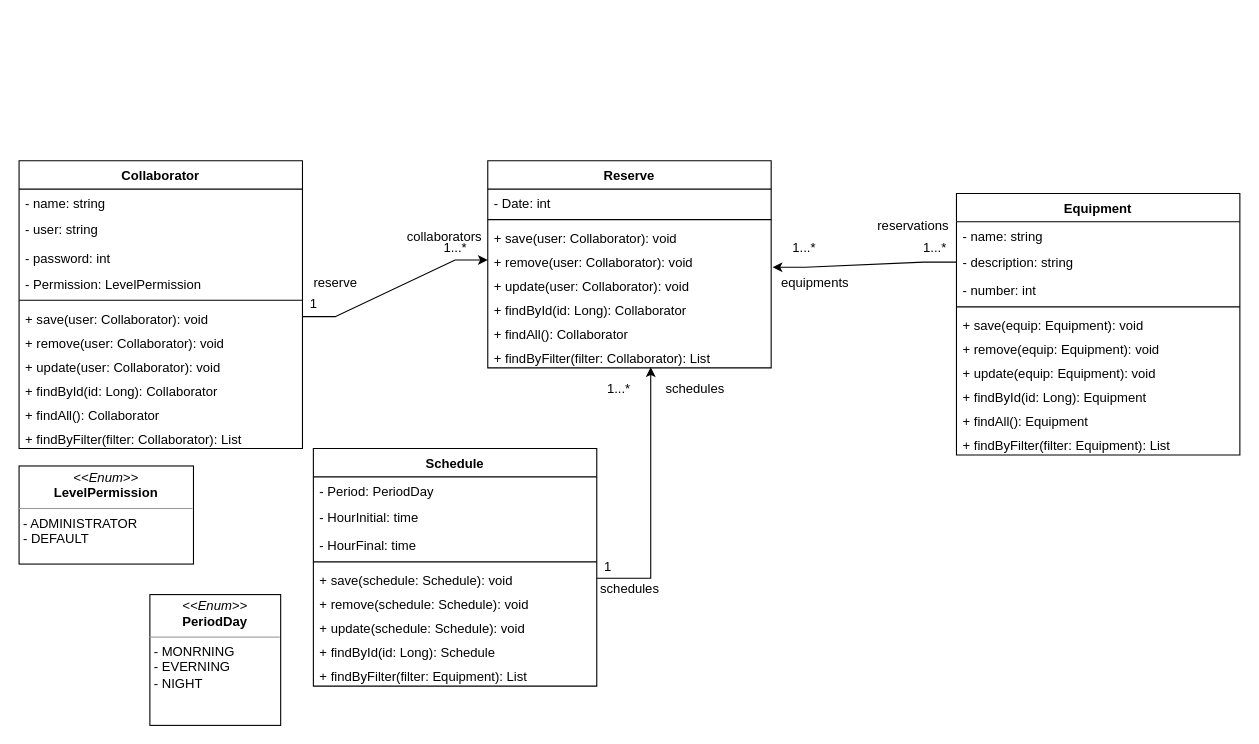
Above: Diagrams/Diagram.drawio in AllisonSBahls/mark-equips (draw.io), before the change. Source tidied: cells renumbered, new cells numbered last; positions are measured from the earlier drawing's top-left corner, leaving out a move shared by most shapes. Both pictures are drawn from the tidied source at 109%, with x=0, y=0 at pixel (19, 160).
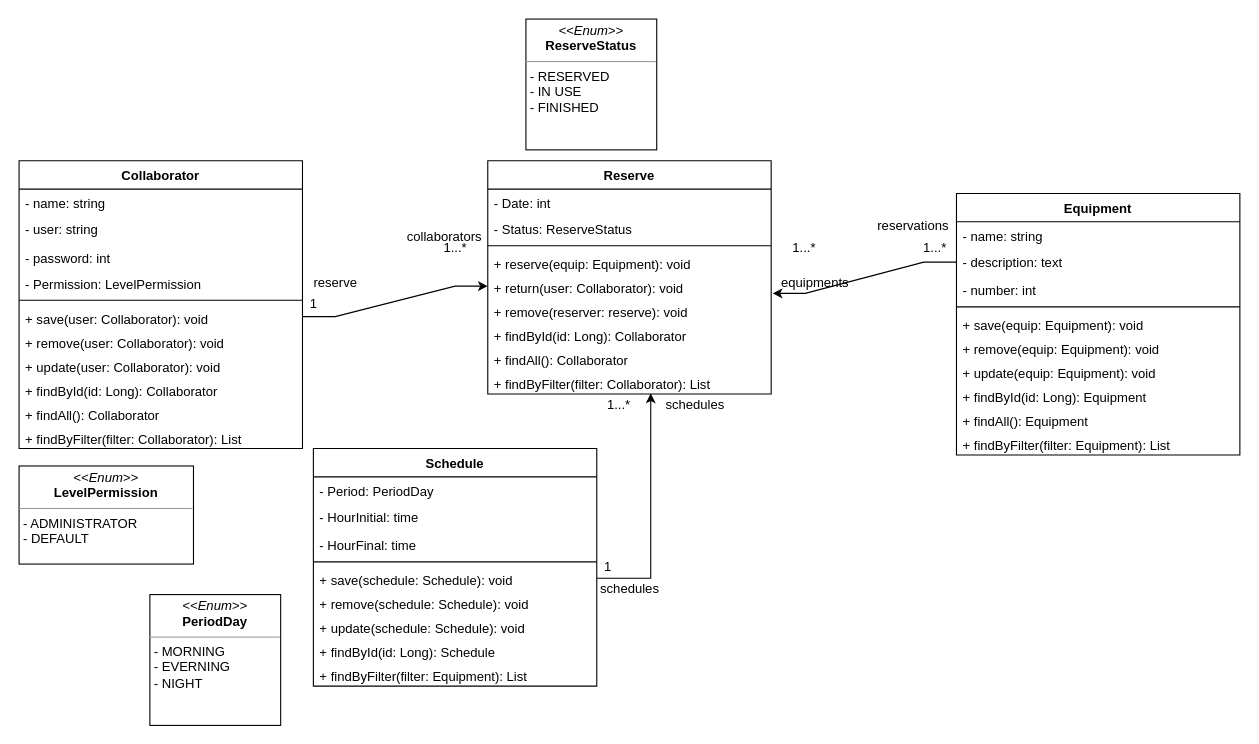
Above is the later version.

Unchanged cells that the change refers to:
```xml
<mxCell id="2" value="Equipment" style="swimlane;fontStyle=1;align=center;verticalAlign=top;horizontal=1;startSize=26;" parent="1" vertex="1">
  <mxGeometry x="860" y="30" width="260" height="240" as="geometry" />
</mxCell>
```

Diff of the diagram source:
```diff
@@
-    <mxCell id="4" value="- description: string" style="text;strokeColor=none;fillColor=none;align=left;verticalAlign=top;spacingLeft=4;spacingRight=4;overflow=hidden;points=[[0,0.5],[1,0.5]];portConstraint=eastwest;" parent="2" vertex="1">
+    <mxCell id="4" value="- description: text" style="text;strokeColor=none;fillColor=none;align=left;verticalAlign=top;spacingLeft=4;spacingRight=4;overflow=hidden;points=[[0,0.5],[1,0.5]];portConstraint=eastwest;" parent="2" vertex="1">
       <mxGeometry y="50" width="260" height="26" as="geometry" />
     </mxCell>
@@
     <mxCell id="35" value="Reserve" style="swimlane;fontStyle=1;align=center;verticalAlign=top;horizontal=1;startSize=26;" parent="1" vertex="1">
-      <mxGeometry x="430" width="260" height="190" as="geometry" />
+      <mxGeometry x="430" width="260" height="214" as="geometry" />
     </mxCell>
@@
+    <mxCell id="61" value="- Status: ReserveStatus" style="text;strokeColor=none;fillColor=none;align=left;verticalAlign=top;spacingLeft=4;spacingRight=4;overflow=hidden;" parent="35" vertex="1">
+      <mxGeometry y="50" width="260" height="24" as="geometry" />
+    </mxCell>
     <mxCell id="37" style="line;strokeWidth=1;fillColor=none;align=left;verticalAlign=middle;spacingTop=-1;spacingLeft=3;spacingRight=3;labelPosition=right;" parent="35" vertex="1">
-      <mxGeometry y="50" width="260" height="8" as="geometry" />
+      <mxGeometry y="74" width="260" height="8" as="geometry" />
     </mxCell>
-    <mxCell id="38" value="+ save(user: Collaborator): void" style="text;strokeColor=none;fillColor=none;align=left;verticalAlign=top;spacingLeft=4;spacingRight=4;overflow=hidden;" parent="35" vertex="1">
-      <mxGeometry y="58" width="260" height="22" as="geometry" />
+    <mxCell id="38" value="+ reserve(equip: Equipment): void" style="text;strokeColor=none;fillColor=none;align=left;verticalAlign=top;spacingLeft=4;spacingRight=4;overflow=hidden;" parent="35" vertex="1">
+      <mxGeometry y="82" width="260" height="22" as="geometry" />
     </mxCell>
-    <mxCell id="39" value="+ remove(user: Collaborator): void" style="text;strokeColor=none;fillColor=none;align=left;verticalAlign=top;spacingLeft=4;spacingRight=4;overflow=hidden;points=[[0,0.5],[1,0.5]];portConstraint=eastwest;" parent="35" vertex="1">
-      <mxGeometry y="80" width="260" height="22" as="geometry" />
+    <mxCell id="39" value="+ return(user: Collaborator): void" style="text;strokeColor=none;fillColor=none;align=left;verticalAlign=top;spacingLeft=4;spacingRight=4;overflow=hidden;points=[[0,0.5],[1,0.5]];portConstraint=eastwest;" parent="35" vertex="1">
+      <mxGeometry y="104" width="260" height="22" as="geometry" />
     </mxCell>
-    <mxCell id="40" value="+ update(user: Collaborator): void" style="text;strokeColor=none;fillColor=none;align=left;verticalAlign=top;spacingLeft=4;spacingRight=4;overflow=hidden;points=[[0,0.5],[1,0.5]];portConstraint=eastwest;" parent="35" vertex="1">
-      <mxGeometry y="102" width="260" height="22" as="geometry" />
+    <mxCell id="40" value="+ remove(reserver: reserve): void" style="text;strokeColor=none;fillColor=none;align=left;verticalAlign=top;spacingLeft=4;spacingRight=4;overflow=hidden;points=[[0,0.5],[1,0.5]];portConstraint=eastwest;" parent="35" vertex="1">
+      <mxGeometry y="126" width="260" height="22" as="geometry" />
     </mxCell>
     <mxCell id="41" value="+ findById(id: Long): Collaborator" style="text;strokeColor=none;fillColor=none;align=left;verticalAlign=top;spacingLeft=4;spacingRight=4;overflow=hidden;" parent="35" vertex="1">
-      <mxGeometry y="124" width="260" height="22" as="geometry" />
+      <mxGeometry y="148" width="260" height="22" as="geometry" />
     </mxCell>
     <mxCell id="42" value="+ findAll(): Collaborator" style="text;strokeColor=none;fillColor=none;align=left;verticalAlign=top;spacingLeft=4;spacingRight=4;overflow=hidden;" parent="35" vertex="1">
-      <mxGeometry y="146" width="260" height="22" as="geometry" />
+      <mxGeometry y="170" width="260" height="22" as="geometry" />
     </mxCell>
     <mxCell id="43" value="+ findByFilter(filter: Collaborator): List" style="text;strokeColor=none;fillColor=none;align=left;verticalAlign=top;spacingLeft=4;spacingRight=4;overflow=hidden;points=[[0,0.5],[1,0.5]];portConstraint=eastwest;" parent="35" vertex="1">
-      <mxGeometry y="168" width="260" height="22" as="geometry" />
+      <mxGeometry y="192" width="260" height="22" as="geometry" />
     </mxCell>
-    <mxCell id="44" value="&lt;p style=&quot;margin: 0px ; margin-top: 4px ; text-align: center&quot;&gt;&lt;i&gt;&amp;lt;&amp;lt;Enum&amp;gt;&amp;gt;&lt;/i&gt;&lt;br&gt;&lt;b&gt;PeriodDay&lt;/b&gt;&lt;/p&gt;&lt;hr size=&quot;1&quot;&gt;&lt;p style=&quot;margin: 0px ; margin-left: 4px&quot;&gt;&lt;font style=&quot;font-size: 12px&quot;&gt;- MONRNING&lt;/font&gt;&lt;/p&gt;&lt;p style=&quot;margin: 0px ; margin-left: 4px&quot;&gt;&lt;font style=&quot;font-size: 12px&quot;&gt;- EVERNING&lt;/font&gt;&lt;/p&gt;&lt;p style=&quot;margin: 0px ; margin-left: 4px&quot;&gt;&lt;font style=&quot;font-size: 12px&quot;&gt;- NIGHT&lt;/font&gt;&lt;/p&gt;&lt;p style=&quot;margin: 0px ; margin-left: 4px&quot;&gt;&lt;br&gt;&lt;/p&gt;" style="verticalAlign=top;align=left;overflow=fill;fontSize=12;fontFamily=Helvetica;html=1;" parent="1" vertex="1">
+    <mxCell id="44" value="&lt;p style=&quot;margin: 0px ; margin-top: 4px ; text-align: center&quot;&gt;&lt;i&gt;&amp;lt;&amp;lt;Enum&amp;gt;&amp;gt;&lt;/i&gt;&lt;br&gt;&lt;b&gt;PeriodDay&lt;/b&gt;&lt;/p&gt;&lt;hr size=&quot;1&quot;&gt;&lt;p style=&quot;margin: 0px ; margin-left: 4px&quot;&gt;&lt;font style=&quot;font-size: 12px&quot;&gt;- MORNING&lt;/font&gt;&lt;/p&gt;&lt;p style=&quot;margin: 0px ; margin-left: 4px&quot;&gt;&lt;font style=&quot;font-size: 12px&quot;&gt;- EVERNING&lt;/font&gt;&lt;/p&gt;&lt;p style=&quot;margin: 0px ; margin-left: 4px&quot;&gt;&lt;font style=&quot;font-size: 12px&quot;&gt;- NIGHT&lt;/font&gt;&lt;/p&gt;&lt;p style=&quot;margin: 0px ; margin-left: 4px&quot;&gt;&lt;br&gt;&lt;/p&gt;" style="verticalAlign=top;align=left;overflow=fill;fontSize=12;fontFamily=Helvetica;html=1;" parent="1" vertex="1">
       <mxGeometry x="120" y="398" width="120" height="120" as="geometry" />
     </mxCell>
@@
     <mxCell id="53" value="1...*" style="text;html=1;align=center;verticalAlign=middle;fillColor=none;strokeColor=none;rounded=0;" parent="1" vertex="1">
-      <mxGeometry x="530" y="200" width="40" height="20" as="geometry" />
+      <mxGeometry x="530" y="214" width="40" height="20" as="geometry" />
     </mxCell>
@@
     <mxCell id="59" value="schedules" style="text;html=1;align=center;verticalAlign=middle;fillColor=none;strokeColor=none;rounded=0;" parent="1" vertex="1">
-      <mxGeometry x="585" y="200" width="70" height="20" as="geometry" />
+      <mxGeometry x="585" y="214" width="70" height="20" as="geometry" />
     </mxCell>
@@
+    <mxCell id="62" value="&lt;p style=&quot;margin: 0px ; margin-top: 4px ; text-align: center&quot;&gt;&lt;i&gt;&amp;lt;&amp;lt;Enum&amp;gt;&amp;gt;&lt;/i&gt;&lt;br&gt;&lt;b&gt;ReserveStatus&lt;/b&gt;&lt;/p&gt;&lt;hr size=&quot;1&quot;&gt;&lt;p style=&quot;margin: 0px ; margin-left: 4px&quot;&gt;&lt;font style=&quot;font-size: 12px&quot;&gt;- RESERVED&lt;/font&gt;&lt;/p&gt;&lt;p style=&quot;margin: 0px ; margin-left: 4px&quot;&gt;&lt;font style=&quot;font-size: 12px&quot;&gt;- IN USE&lt;/font&gt;&lt;/p&gt;&lt;p style=&quot;margin: 0px ; margin-left: 4px&quot;&gt;&lt;font style=&quot;font-size: 12px&quot;&gt;- FINISHED&lt;/font&gt;&lt;/p&gt;&lt;p style=&quot;margin: 0px ; margin-left: 4px&quot;&gt;&lt;br&gt;&lt;/p&gt;" style="verticalAlign=top;align=left;overflow=fill;fontSize=12;fontFamily=Helvetica;html=1;" parent="1" vertex="1">
+      <mxGeometry x="465" y="-130" width="120" height="120" as="geometry" />
+    </mxCell>
```
